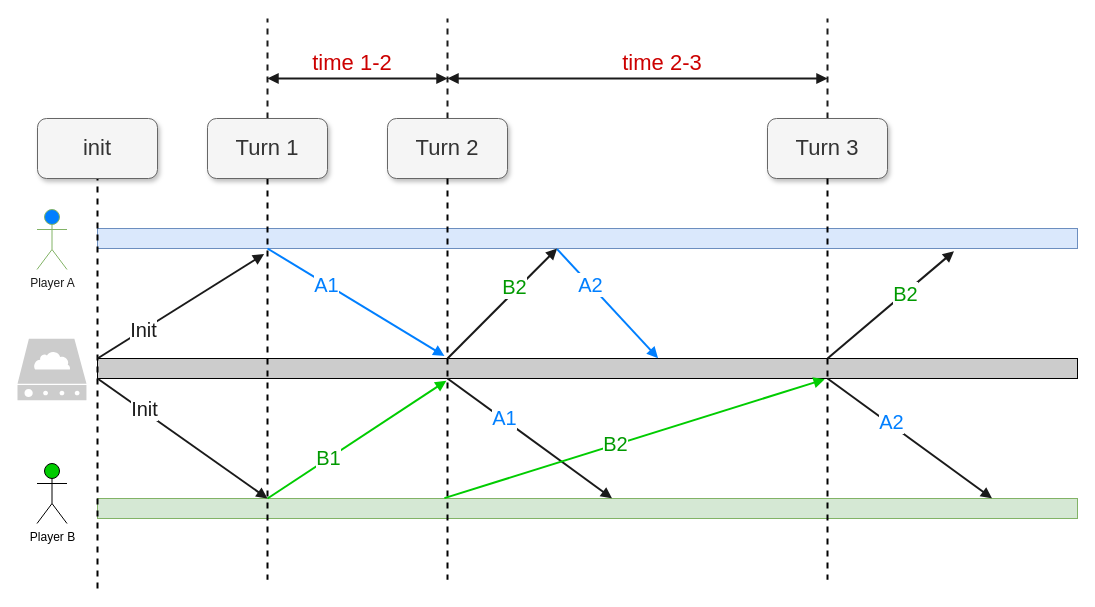
This is page "Deterministic LockStep" (2 of 6) of booming/Booming 104ppt-17.drawio from yrdimple/flowChart, a draw.io file, before an edit. Source tidied: cells renumbered, new cells numbered last; positions are measured from the earlier drawing's top-left corner, leaving out a move shared by most shapes. Both pictures are drawn from the tidied source at 100%, with x=0, y=0 at pixel (17, 18).
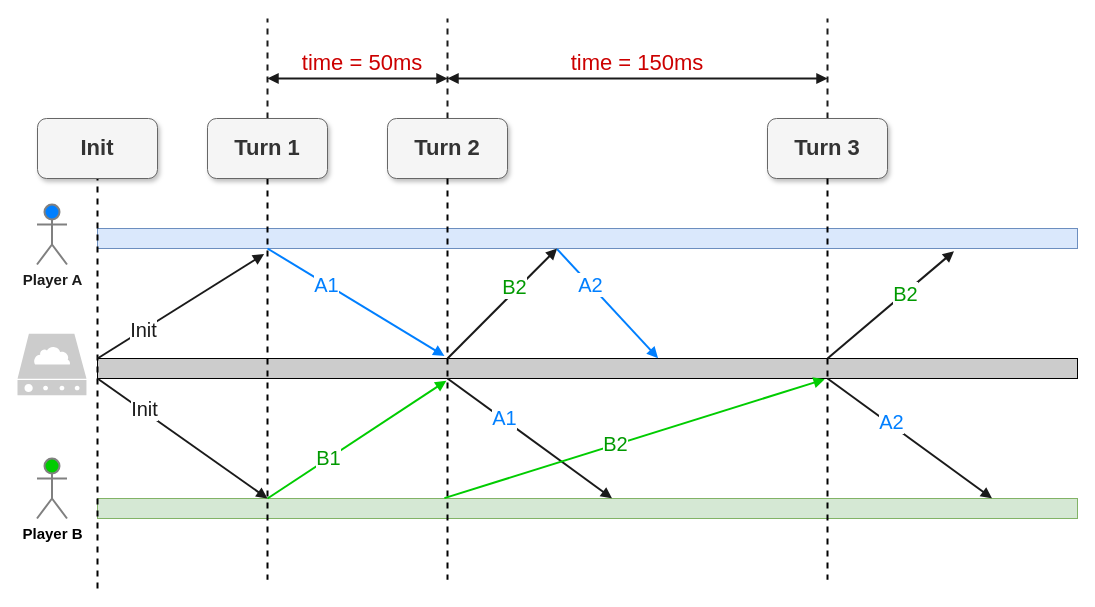
The same diagram, later.

What changed in the source:
```diff
@@
-    <mxCell id="8" value="Turn 1" style="rounded=1;whiteSpace=wrap;html=1;fontSize=22;fillColor=#f5f5f5;strokeColor=#666666;fontColor=#333333;shadow=1;sketch=0;glass=0;" parent="1" vertex="1">
+    <mxCell id="8" value="Turn 1" style="rounded=1;whiteSpace=wrap;html=1;fontSize=22;fillColor=#f5f5f5;strokeColor=#666666;fontColor=#333333;shadow=1;sketch=0;glass=0;fontStyle=1;" parent="1" vertex="1">
       <mxGeometry x="190" y="100" width="120" height="60" as="geometry" />
     </mxCell>
@@
-    <mxCell id="10" value="Turn 2" style="rounded=1;whiteSpace=wrap;html=1;fontSize=22;fillColor=#f5f5f5;strokeColor=#666666;fontColor=#333333;shadow=1;sketch=0;glass=0;" parent="1" vertex="1">
+    <mxCell id="10" value="Turn 2" style="rounded=1;whiteSpace=wrap;html=1;fontSize=22;fillColor=#f5f5f5;strokeColor=#666666;fontColor=#333333;shadow=1;sketch=0;glass=0;fontStyle=1;" parent="1" vertex="1">
       <mxGeometry x="370" y="100" width="120" height="60" as="geometry" />
     </mxCell>
@@
-    <mxCell id="13" value="Turn 3" style="rounded=1;whiteSpace=wrap;html=1;fontSize=22;fillColor=#f5f5f5;strokeColor=#666666;fontColor=#333333;shadow=1;sketch=0;glass=0;" parent="1" vertex="1">
+    <mxCell id="13" value="Turn 3" style="rounded=1;whiteSpace=wrap;html=1;fontSize=22;fillColor=#f5f5f5;strokeColor=#666666;fontColor=#333333;shadow=1;sketch=0;glass=0;fontStyle=1;" parent="1" vertex="1">
       <mxGeometry x="750" y="100" width="120" height="60" as="geometry" />
     </mxCell>
@@
-    <mxCell id="35" value="init" style="rounded=1;whiteSpace=wrap;html=1;fontSize=22;fillColor=#f5f5f5;strokeColor=#666666;fontColor=#333333;shadow=1;sketch=0;glass=0;" parent="1" vertex="1">
+    <mxCell id="35" value="Init" style="rounded=1;whiteSpace=wrap;html=1;fontSize=22;fillColor=#f5f5f5;strokeColor=#666666;fontColor=#333333;shadow=1;sketch=0;glass=0;fontStyle=1;" parent="1" vertex="1">
       <mxGeometry x="20" y="100" width="120" height="60" as="geometry" />
     </mxCell>
@@
-    <mxCell id="38" value="time 1-2" style="text;html=1;strokeColor=none;fillColor=none;align=center;verticalAlign=middle;whiteSpace=wrap;rounded=0;fontSize=22;fontColor=#CC0000;" parent="1" vertex="1">
-      <mxGeometry x="290" y="30" width="90" height="30" as="geometry" />
+    <mxCell id="38" value="time = 50ms" style="text;html=1;strokeColor=none;fillColor=none;align=center;verticalAlign=middle;whiteSpace=wrap;rounded=0;fontSize=22;fontColor=#CC0000;" parent="1" vertex="1">
+      <mxGeometry x="280" y="30" width="130" height="30" as="geometry" />
     </mxCell>
-    <mxCell id="39" value="time 2-3" style="text;html=1;strokeColor=none;fillColor=none;align=center;verticalAlign=middle;whiteSpace=wrap;rounded=0;fontSize=22;fontColor=#CC0000;" parent="1" vertex="1">
-      <mxGeometry x="600" y="30" width="90" height="30" as="geometry" />
+    <mxCell id="39" value="time = 150ms" style="text;html=1;strokeColor=none;fillColor=none;align=center;verticalAlign=middle;whiteSpace=wrap;rounded=0;fontSize=22;fontColor=#CC0000;" parent="1" vertex="1">
+      <mxGeometry x="510" y="30" width="220" height="30" as="geometry" />
     </mxCell>
-    <mxCell id="40" value="&lt;font color=&quot;#1a1a1a&quot;&gt;Player A&lt;/font&gt;" style="shape=umlActor;verticalLabelPosition=bottom;verticalAlign=top;html=1;fillColor=#007FFF;strokeColor=#82b366;" parent="1" vertex="1">
-      <mxGeometry x="19.5" y="191" width="30" height="60" as="geometry" />
+    <mxCell id="40" value="&lt;font color=&quot;#1a1a1a&quot; style=&quot;font-size: 15px;&quot;&gt;&lt;span style=&quot;font-size: 15px;&quot;&gt;Player A&lt;/span&gt;&lt;/font&gt;" style="shape=umlActor;verticalLabelPosition=bottom;verticalAlign=top;html=1;fillColor=#007FFF;strokeColor=#808080;fontStyle=1;gradientColor=none;strokeWidth=2;fontSize=15;" parent="1" vertex="1">
+      <mxGeometry x="19.5" y="186" width="30" height="60" as="geometry" />
     </mxCell>
-    <mxCell id="41" value="Player B" style="shape=umlActor;verticalLabelPosition=bottom;verticalAlign=top;html=1;fillColor=#00CC00;" parent="1" vertex="1">
-      <mxGeometry x="19.5" y="445" width="30" height="60" as="geometry" />
+    <mxCell id="41" value="&lt;b style=&quot;font-size: 15px;&quot;&gt;Player B&lt;/b&gt;" style="shape=umlActor;verticalLabelPosition=bottom;verticalAlign=top;html=1;fillColor=#00CC00;strokeWidth=2;strokeColor=#808080;fontSize=15;" parent="1" vertex="1">
+      <mxGeometry x="19.5" y="440" width="30" height="60" as="geometry" />
     </mxCell>
-    <mxCell id="42" style="sketch=0;html=1;strokeColor=none;shadow=0;align=center;verticalAlign=top;fillColor=#CCCCCC;shape=mxgraph.gcp2.cloud_server;" parent="1" vertex="1">
-      <mxGeometry y="320.3" width="69" height="61.4" as="geometry" />
-    </mxCell>
+    <mxCell id="43" style="sketch=0;html=1;strokeColor=none;shadow=0;align=center;verticalAlign=top;fillColor=#CCCCCC;shape=mxgraph.gcp2.cloud_server;fontSize=15;" parent="1" vertex="1">
+      <mxGeometry y="315.3" width="69" height="61.4" as="geometry" />
+    </mxCell>
```
